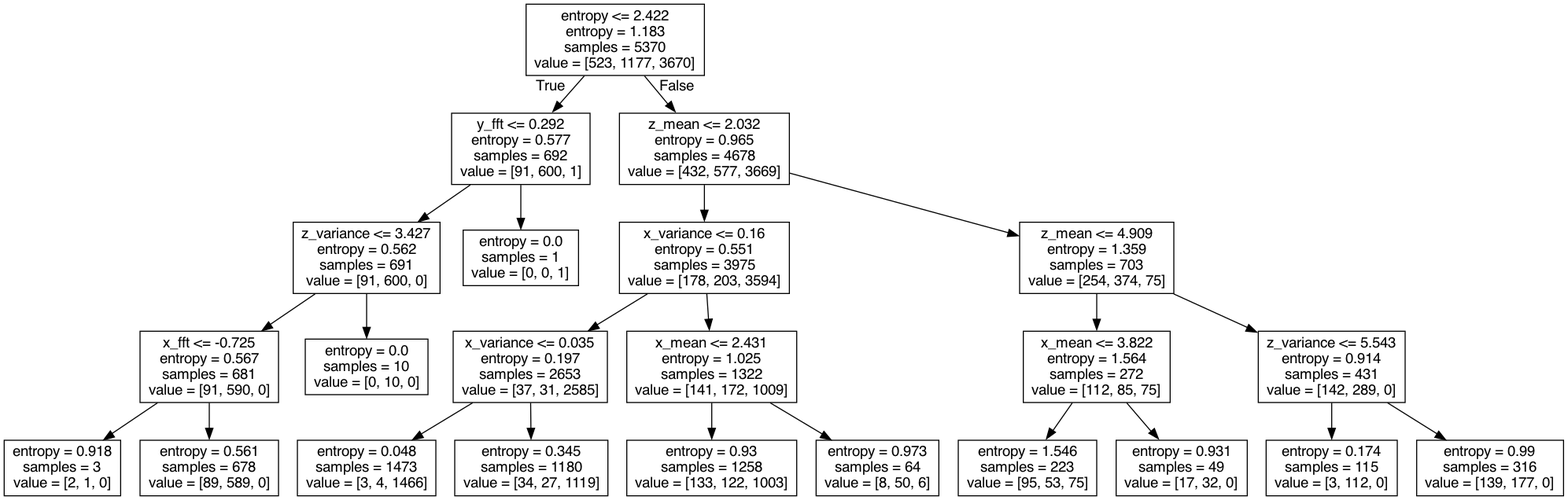
This is tree.png from WeiLi-hub/CS328-group16-finalproject, a Graphviz export, as it was before one commit. Its source is kept beside it as tree.dot.
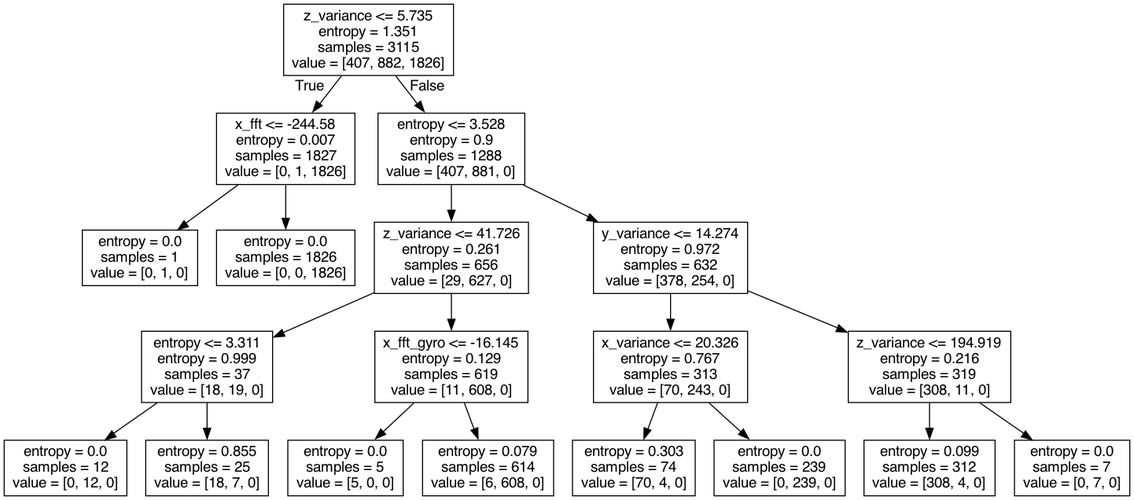
Above is the later version.

Diff of the diagram source:
```diff
@@ -1,49 +1,41 @@
 digraph Tree {
 node [shape=box, fontname="helvetica"] ;
 edge [fontname="helvetica"] ;
-0 [label="entropy <= 2.422\nentropy = 1.183\nsamples = 5370\nvalue = [523, 1177, 3670]"] ;
-1 [label="y_fft <= 0.292\nentropy = 0.577\nsamples = 692\nvalue = [91, 600, 1]"] ;
+0 [label="z_variance <= 5.735\nentropy = 1.351\nsamples = 3115\nvalue = [407, 882, 1826]"] ;
+1 [label="x_fft <= -244.58\nentropy = 0.007\nsamples = 1827\nvalue = [0, 1, 1826]"] ;
 0 -> 1 [labeldistance=2.5, labelangle=45, headlabel="True"] ;
-2 [label="z_variance <= 3.427\nentropy = 0.562\nsamples = 691\nvalue = [91, 600, 0]"] ;
+2 [label="entropy = 0.0\nsamples = 1\nvalue = [0, 1, 0]"] ;
 1 -> 2 ;
-3 [label="x_fft <= -0.725\nentropy = 0.567\nsamples = 681\nvalue = [91, 590, 0]"] ;
-2 -> 3 ;
-4 [label="entropy = 0.918\nsamples = 3\nvalue = [2, 1, 0]"] ;
-3 -> 4 ;
-5 [label="entropy = 0.561\nsamples = 678\nvalue = [89, 589, 0]"] ;
-3 -> 5 ;
-6 [label="entropy = 0.0\nsamples = 10\nvalue = [0, 10, 0]"] ;
-2 -> 6 ;
-7 [label="entropy = 0.0\nsamples = 1\nvalue = [0, 0, 1]"] ;
-1 -> 7 ;
-8 [label="z_mean <= 2.032\nentropy = 0.965\nsamples = 4678\nvalue = [432, 577, 3669]"] ;
-0 -> 8 [labeldistance=2.5, labelangle=-45, headlabel="False"] ;
-9 [label="x_variance <= 0.16\nentropy = 0.551\nsamples = 3975\nvalue = [178, 203, 3594]"] ;
-8 -> 9 ;
-10 [label="x_variance <= 0.035\nentropy = 0.197\nsamples = 2653\nvalue = [37, 31, 2585]"] ;
+3 [label="entropy = 0.0\nsamples = 1826\nvalue = [0, 0, 1826]"] ;
+1 -> 3 ;
+4 [label="entropy <= 3.528\nentropy = 0.9\nsamples = 1288\nvalue = [407, 881, 0]"] ;
+0 -> 4 [labeldistance=2.5, labelangle=-45, headlabel="False"] ;
+5 [label="z_variance <= 41.726\nentropy = 0.261\nsamples = 656\nvalue = [29, 627, 0]"] ;
+4 -> 5 ;
+6 [label="entropy <= 3.311\nentropy = 0.999\nsamples = 37\nvalue = [18, 19, 0]"] ;
+5 -> 6 ;
+7 [label="entropy = 0.0\nsamples = 12\nvalue = [0, 12, 0]"] ;
+6 -> 7 ;
+8 [label="entropy = 0.855\nsamples = 25\nvalue = [18, 7, 0]"] ;
+6 -> 8 ;
+9 [label="x_fft_gyro <= -16.145\nentropy = 0.129\nsamples = 619\nvalue = [11, 608, 0]"] ;
+5 -> 9 ;
+10 [label="entropy = 0.0\nsamples = 5\nvalue = [5, 0, 0]"] ;
 9 -> 10 ;
-11 [label="entropy = 0.048\nsamples = 1473\nvalue = [3, 4, 1466]"] ;
-10 -> 11 ;
-12 [label="entropy = 0.345\nsamples = 1180\nvalue = [34, 27, 1119]"] ;
-10 -> 12 ;
-13 [label="x_mean <= 2.431\nentropy = 1.025\nsamples = 1322\nvalue = [141, 172, 1009]"] ;
-9 -> 13 ;
-14 [label="entropy = 0.93\nsamples = 1258\nvalue = [133, 122, 1003]"] ;
+11 [label="entropy = 0.079\nsamples = 614\nvalue = [6, 608, 0]"] ;
+9 -> 11 ;
+12 [label="y_variance <= 14.274\nentropy = 0.972\nsamples = 632\nvalue = [378, 254, 0]"] ;
+4 -> 12 ;
+13 [label="x_variance <= 20.326\nentropy = 0.767\nsamples = 313\nvalue = [70, 243, 0]"] ;
+12 -> 13 ;
+14 [label="entropy = 0.303\nsamples = 74\nvalue = [70, 4, 0]"] ;
 13 -> 14 ;
-15 [label="entropy = 0.973\nsamples = 64\nvalue = [8, 50, 6]"] ;
+15 [label="entropy = 0.0\nsamples = 239\nvalue = [0, 239, 0]"] ;
 13 -> 15 ;
-16 [label="z_mean <= 4.909\nentropy = 1.359\nsamples = 703\nvalue = [254, 374, 75]"] ;
-8 -> 16 ;
-17 [label="x_mean <= 3.822\nentropy = 1.564\nsamples = 272\nvalue = [112, 85, 75]"] ;
+16 [label="z_variance <= 194.919\nentropy = 0.216\nsamples = 319\nvalue = [308, 11, 0]"] ;
+12 -> 16 ;
+17 [label="entropy = 0.099\nsamples = 312\nvalue = [308, 4, 0]"] ;
 16 -> 17 ;
-18 [label="entropy = 1.546\nsamples = 223\nvalue = [95, 53, 75]"] ;
-17 -> 18 ;
-19 [label="entropy = 0.931\nsamples = 49\nvalue = [17, 32, 0]"] ;
-17 -> 19 ;
-20 [label="z_variance <= 5.543\nentropy = 0.914\nsamples = 431\nvalue = [142, 289, 0]"] ;
-16 -> 20 ;
-21 [label="entropy = 0.174\nsamples = 115\nvalue = [3, 112, 0]"] ;
-20 -> 21 ;
-22 [label="entropy = 0.99\nsamples = 316\nvalue = [139, 177, 0]"] ;
-20 -> 22 ;
+18 [label="entropy = 0.0\nsamples = 7\nvalue = [0, 7, 0]"] ;
+16 -> 18 ;
 }
```
